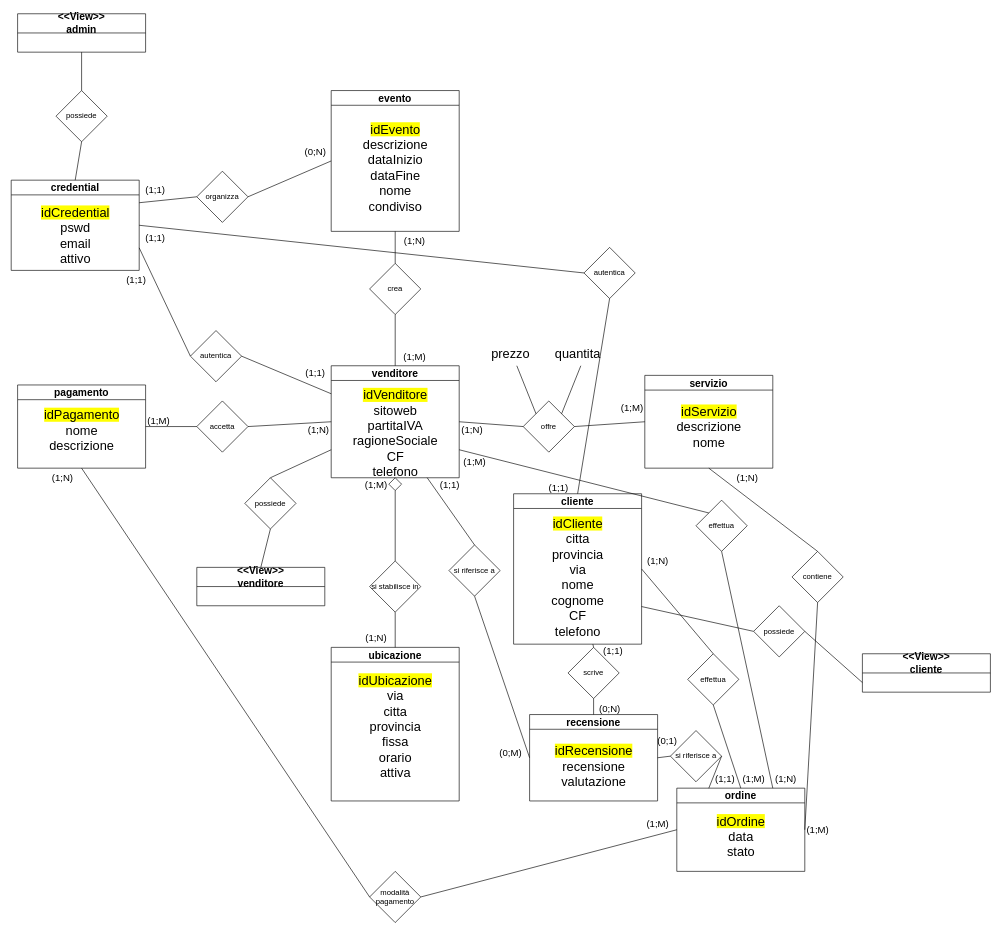
The draw.io diagram doc_analisi/SCHEMA_KM-0.drawio in SuperMauro1966/Km-0, before the edit. Source tidied: cells renumbered, new cells numbered last; positions are measured from the earlier drawing's top-left corner, leaving out a move shared by most shapes. Both pictures are drawn from the tidied source at 64%, with x=0, y=0 at pixel (11, 13).
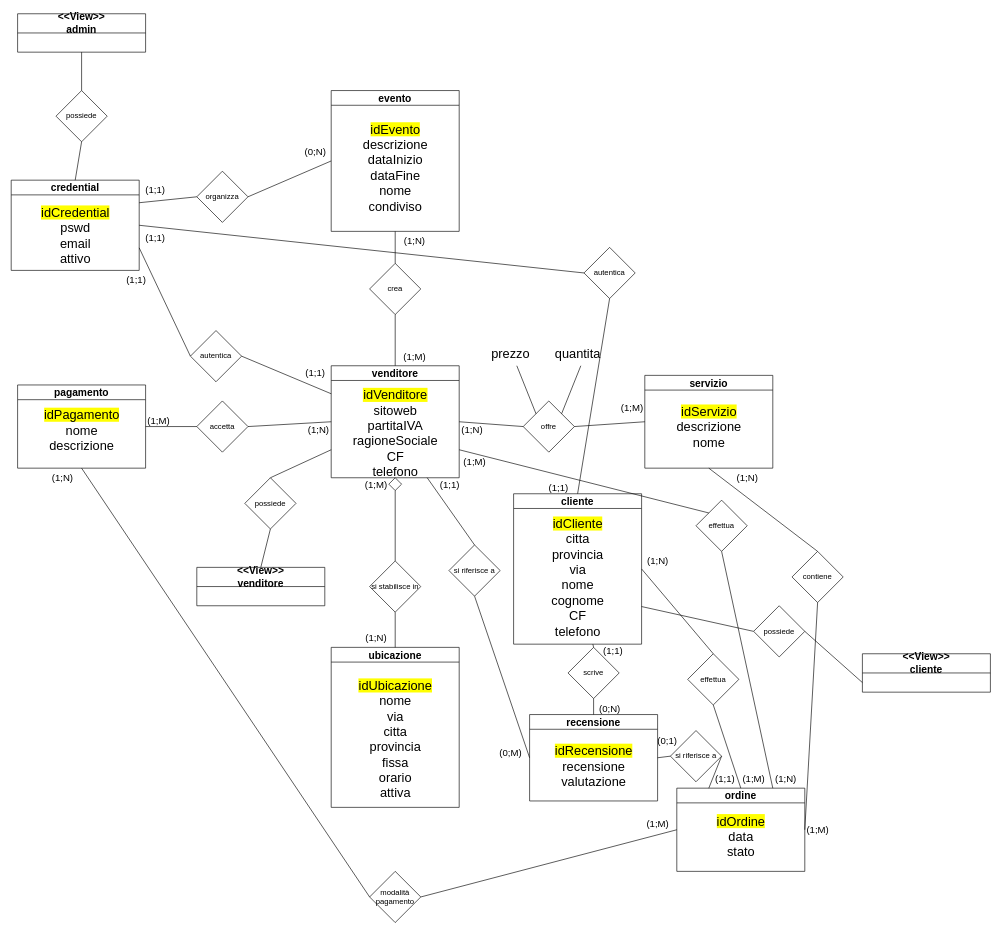
The same diagram, later.

Commit message (it also covers changes not shown here):
aggiunto il campo nome nella tabella ubicazione

What changed in the source:
```diff
@@
     <mxCell id="13" value="&lt;font style=&quot;font-size: 16px;&quot;&gt;ubicazione&lt;/font&gt;" style="swimlane;whiteSpace=wrap;html=1;" parent="1" vertex="1">
-      <mxGeometry x="500" y="990" width="200" height="240" as="geometry" />
+      <mxGeometry x="500" y="990" width="200" height="250" as="geometry" />
     </mxCell>
-    <mxCell id="14" value="&lt;div style=&quot;font-size: 20px;&quot;&gt;&lt;span style=&quot;background-color: rgb(255, 255, 0);&quot;&gt;&lt;font style=&quot;font-size: 20px;&quot;&gt;idUbicazione&lt;/font&gt;&lt;/span&gt;&lt;/div&gt;&lt;font style=&quot;font-size: 20px;&quot;&gt;via&lt;br&gt;&lt;/font&gt;&lt;div style=&quot;font-size: 20px;&quot;&gt;&lt;font style=&quot;font-size: 20px;&quot;&gt;citta&lt;/font&gt;&lt;/div&gt;&lt;div style=&quot;font-size: 20px;&quot;&gt;&lt;font style=&quot;font-size: 20px;&quot;&gt;provincia&lt;/font&gt;&lt;/div&gt;&lt;div style=&quot;font-size: 20px;&quot;&gt;&lt;font style=&quot;font-size: 20px;&quot;&gt;fissa&lt;/font&gt;&lt;/div&gt;&lt;div style=&quot;font-size: 20px;&quot;&gt;&lt;font style=&quot;font-size: 20px;&quot;&gt;orario&lt;/font&gt;&lt;/div&gt;&lt;div style=&quot;font-size: 20px;&quot;&gt;&lt;font style=&quot;font-size: 20px;&quot;&gt;attiva&lt;/font&gt;&lt;/div&gt;&lt;div style=&quot;font-size: 20px;&quot;&gt;&lt;br&gt;&lt;/div&gt;" style="text;html=1;align=center;verticalAlign=middle;strokeColor=none;fillColor=none;" parent="13" vertex="1">
-      <mxGeometry x="30" y="30" width="140" height="210" as="geometry" />
+    <mxCell id="14" value="&lt;div style=&quot;font-size: 20px;&quot;&gt;&lt;span style=&quot;background-color: rgb(255, 255, 0);&quot;&gt;&lt;font style=&quot;font-size: 20px;&quot;&gt;idUbicazione&lt;/font&gt;&lt;/span&gt;&lt;/div&gt;&lt;font style=&quot;font-size: 20px;&quot;&gt;&lt;div&gt;&lt;font style=&quot;font-size: 20px;&quot;&gt;nome&lt;/font&gt;&lt;/div&gt;via&lt;br&gt;&lt;/font&gt;&lt;div style=&quot;font-size: 20px;&quot;&gt;&lt;font style=&quot;font-size: 20px;&quot;&gt;citta&lt;/font&gt;&lt;/div&gt;&lt;div style=&quot;font-size: 20px;&quot;&gt;&lt;font style=&quot;font-size: 20px;&quot;&gt;provincia&lt;/font&gt;&lt;/div&gt;&lt;div style=&quot;font-size: 20px;&quot;&gt;&lt;font style=&quot;font-size: 20px;&quot;&gt;fissa&lt;/font&gt;&lt;/div&gt;&lt;div style=&quot;font-size: 20px;&quot;&gt;&lt;font style=&quot;font-size: 20px;&quot;&gt;orario&lt;/font&gt;&lt;/div&gt;&lt;div style=&quot;font-size: 20px;&quot;&gt;&lt;font style=&quot;font-size: 20px;&quot;&gt;attiva&lt;/font&gt;&lt;/div&gt;&lt;div style=&quot;font-size: 20px;&quot;&gt;&lt;br&gt;&lt;/div&gt;" style="text;html=1;align=center;verticalAlign=middle;strokeColor=none;fillColor=none;" parent="13" vertex="1">
+      <mxGeometry x="30" y="40" width="140" height="230" as="geometry" />
     </mxCell>
```
